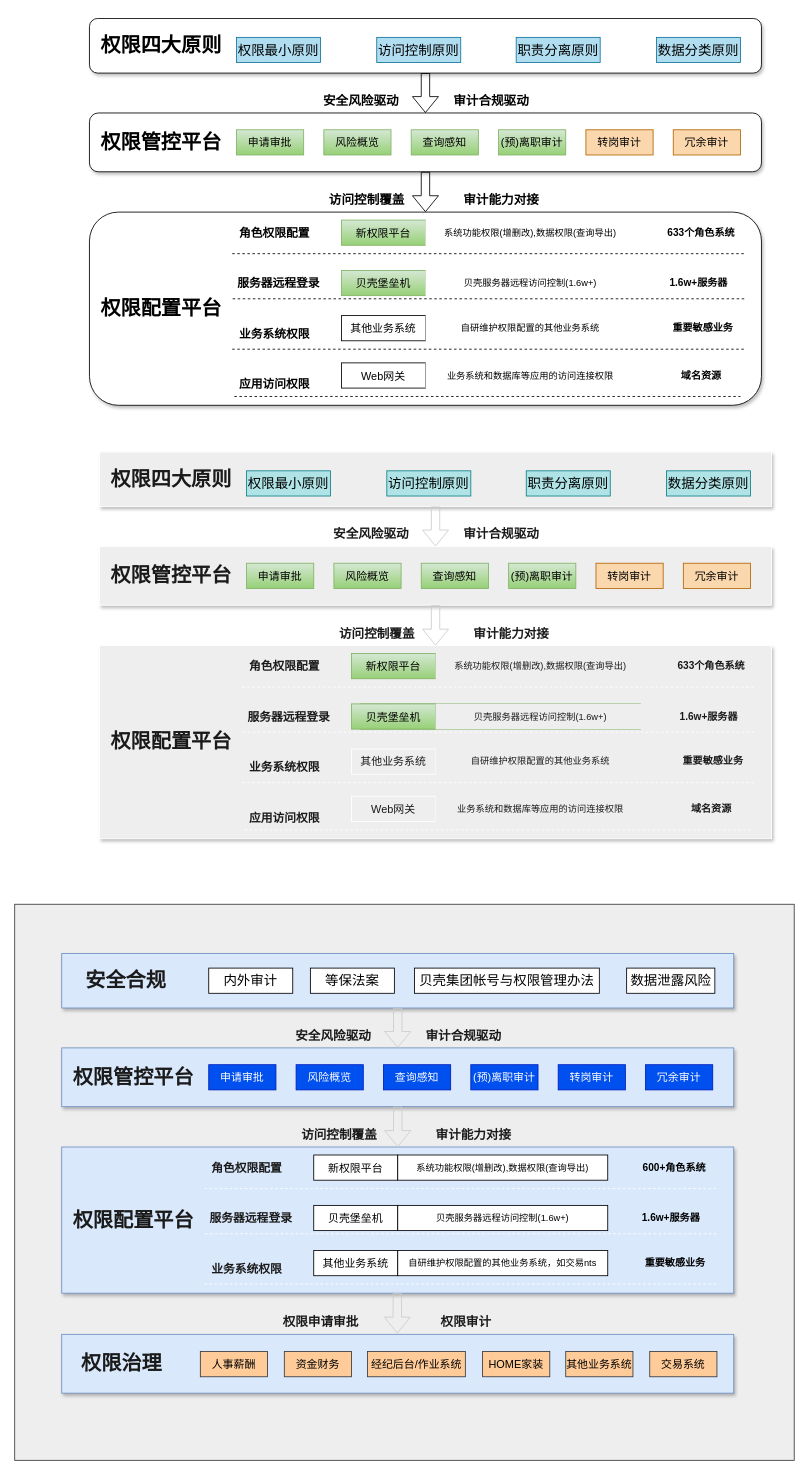
Above: page "管控平台" (5 of 10) of 权限审计.drawio in zpxiao-ios/hello-world (draw.io), before the change. Source tidied: cells renumbered, new cells numbered last; positions are measured from the earlier drawing's top-left corner, leaving out a move shared by most shapes. Both pictures are drawn from the tidied source at 84%, with x=0, y=0 at pixel (14, 16).
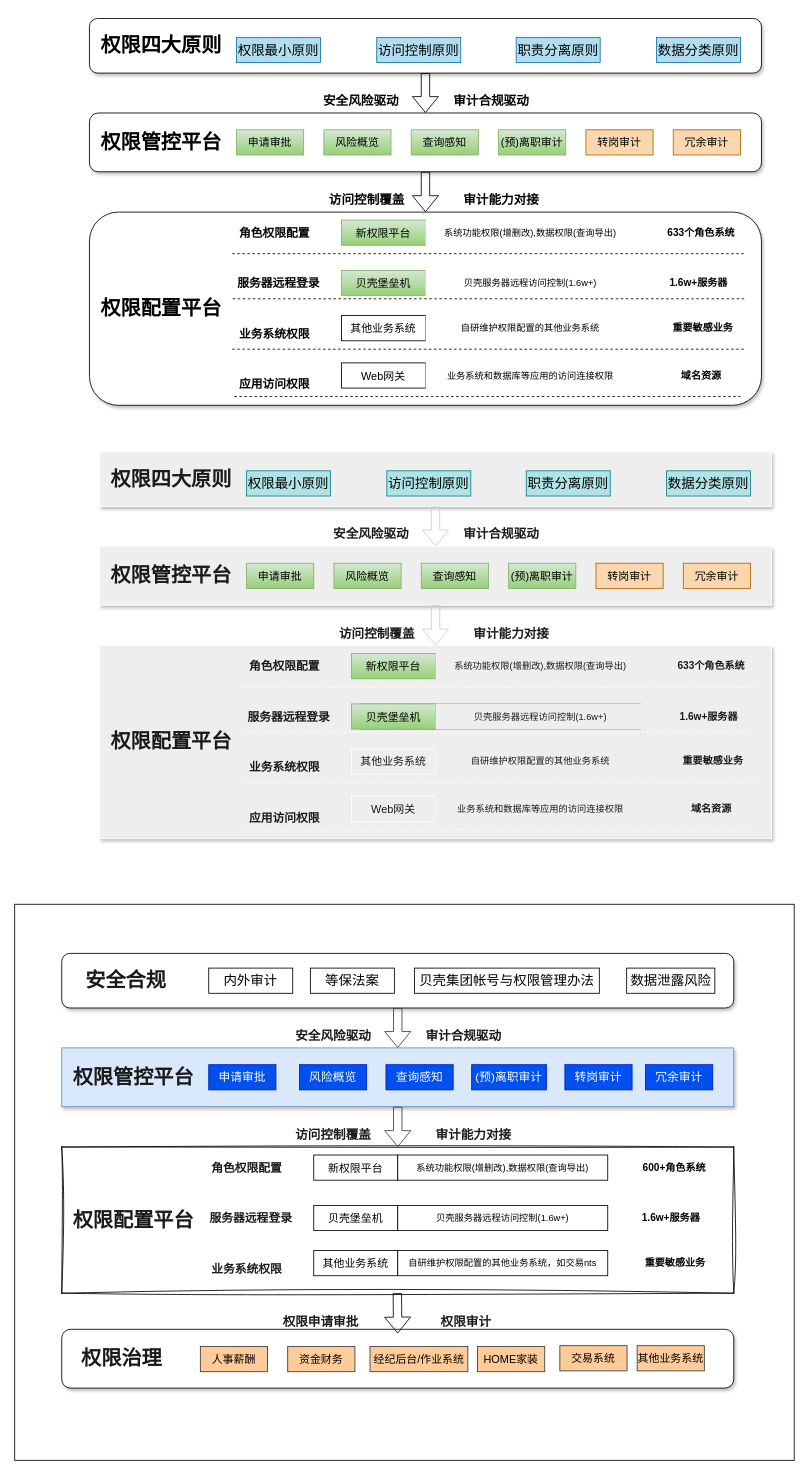
The same diagram, later.

Unchanged cells that the change refers to:
```xml
<mxCell id="95" style="rounded=0;whiteSpace=wrap;html=1;flipH=1;labelBackgroundColor=none;fontSize=11;shadow=1;fillColor=#dae8fc;strokeColor=#6c8ebf;" parent="1" vertex="1">
  <mxGeometry x="56" y="1228" width="800" height="70" as="geometry" />
</mxCell>
```

Change to the diagram source:
```diff
@@
-    <mxCell id="2" style="rounded=0;whiteSpace=wrap;html=1;fillColor=#eeeeee;strokeColor=#36393d;" parent="1" vertex="1">
+    <mxCell id="2" style="rounded=0;whiteSpace=wrap;html=1;" parent="1" vertex="1">
       <mxGeometry y="1057" width="928" height="662" as="geometry" />
     </mxCell>
@@
-    <mxCell id="93" style="rounded=0;whiteSpace=wrap;html=1;flipH=1;labelBackgroundColor=none;fontSize=11;shadow=1;fillColor=#dae8fc;strokeColor=#6c8ebf;" parent="1" vertex="1">
+    <mxCell id="93" style="rounded=1;whiteSpace=wrap;html=1;flipH=1;labelBackgroundColor=none;fontSize=11;shadow=1;glass=0;" parent="1" vertex="1">
       <mxGeometry x="56" y="1115.5" width="800" height="65" as="geometry" />
     </mxCell>
-    <mxCell id="94" style="rounded=0;whiteSpace=wrap;html=1;flipH=1;labelBackgroundColor=none;fontSize=11;shadow=1;fillColor=#dae8fc;strokeColor=#6c8ebf;" parent="1" vertex="1">
+    <mxCell id="94" style="rounded=0;whiteSpace=wrap;html=1;flipH=1;labelBackgroundColor=none;fontSize=11;shadow=0;sketch=1;curveFitting=1;jiggle=2;glass=0;" parent="1" vertex="1">
       <mxGeometry x="56" y="1346" width="800" height="174" as="geometry" />
     </mxCell>
@@
-    <mxCell id="103" value="冗余审计" style="rounded=0;whiteSpace=wrap;html=1;flipH=1;labelBackgroundColor=none;fontSize=13;fillColor=#0050ef;strokeColor=#001DBC;fontColor=#ffffff;" parent="1" vertex="1">
+    <mxCell id="103" value="冗余审计" style="rounded=0;whiteSpace=wrap;html=1;flipH=1;labelBackgroundColor=none;fontSize=14;fillColor=#0050ef;strokeColor=#001DBC;fontColor=#ffffff;" parent="1" vertex="1">
       <mxGeometry x="751" y="1248" width="80" height="30" as="geometry" />
     </mxCell>
-    <mxCell id="104" value="风险概览" style="rounded=0;whiteSpace=wrap;html=1;flipH=1;labelBackgroundColor=none;fontSize=13;fillColor=#0050ef;strokeColor=#001DBC;fontColor=#ffffff;" parent="1" vertex="1">
-      <mxGeometry x="335" y="1248" width="80" height="30" as="geometry" />
+    <mxCell id="104" value="风险概览" style="rounded=0;whiteSpace=wrap;html=1;flipH=1;labelBackgroundColor=none;fontSize=14;fillColor=#0050ef;strokeColor=#001DBC;fontColor=#ffffff;" parent="1" vertex="1">
+      <mxGeometry x="339" y="1248" width="80" height="30" as="geometry" />
     </mxCell>
-    <mxCell id="105" value="申请审批" style="rounded=0;whiteSpace=wrap;html=1;flipH=1;labelBackgroundColor=none;fontSize=13;fillColor=#0050ef;strokeColor=#001DBC;fontColor=#ffffff;" parent="1" vertex="1">
+    <mxCell id="105" value="申请审批" style="rounded=0;whiteSpace=wrap;html=1;flipH=1;labelBackgroundColor=none;fontSize=14;fillColor=#0050ef;strokeColor=#001DBC;fontColor=#ffffff;" parent="1" vertex="1">
       <mxGeometry x="231" y="1248" width="80" height="30" as="geometry" />
     </mxCell>
-    <mxCell id="106" value="查询感知" style="rounded=0;whiteSpace=wrap;html=1;flipH=1;labelBackgroundColor=none;fontSize=13;fillColor=#0050ef;strokeColor=#001DBC;fontColor=#ffffff;" parent="1" vertex="1">
-      <mxGeometry x="439" y="1248" width="80" height="30" as="geometry" />
+    <mxCell id="106" value="查询感知" style="rounded=0;whiteSpace=wrap;html=1;flipH=1;labelBackgroundColor=none;fontSize=14;fillColor=#0050ef;strokeColor=#001DBC;fontColor=#ffffff;" parent="1" vertex="1">
+      <mxGeometry x="442" y="1248" width="80" height="30" as="geometry" />
     </mxCell>
-    <mxCell id="107" value="转岗审计" style="rounded=0;whiteSpace=wrap;html=1;flipH=1;labelBackgroundColor=none;fontSize=13;fillColor=#0050ef;strokeColor=#001DBC;fontColor=#ffffff;" parent="1" vertex="1">
-      <mxGeometry x="647" y="1248" width="80" height="30" as="geometry" />
+    <mxCell id="107" value="转岗审计" style="rounded=0;whiteSpace=wrap;html=1;flipH=1;labelBackgroundColor=none;fontSize=14;fillColor=#0050ef;strokeColor=#001DBC;fontColor=#ffffff;" parent="1" vertex="1">
+      <mxGeometry x="655" y="1248" width="80" height="30" as="geometry" />
     </mxCell>
-    <mxCell id="108" value="(预)离职审计" style="rounded=0;whiteSpace=wrap;html=1;flipH=1;labelBackgroundColor=none;fontSize=13;fillColor=#0050ef;strokeColor=#001DBC;fontColor=#ffffff;" parent="1" vertex="1">
-      <mxGeometry x="543" y="1248" width="80" height="30" as="geometry" />
+    <mxCell id="108" value="(预)离职审计" style="rounded=0;whiteSpace=wrap;html=1;flipH=1;labelBackgroundColor=none;fontSize=14;fillColor=#0050ef;strokeColor=#001DBC;fontColor=#ffffff;" parent="1" vertex="1">
+      <mxGeometry x="544" y="1248" width="89" height="30" as="geometry" />
     </mxCell>
@@
-    <mxCell id="127" style="shape=flexArrow;endArrow=classic;html=1;rounded=0;labelBackgroundColor=none;strokeColor=#CCCCCC;fontColor=default;" parent="1" edge="1" source="93" target="95">
+    <mxCell id="127" style="shape=flexArrow;endArrow=classic;html=1;rounded=0;labelBackgroundColor=none;strokeColor=light-dark(#3E3E3E,#3E3E3E);fontColor=default;fontStyle=1;" parent="1" edge="1" source="93" target="95">
       <mxGeometry relative="1" as="geometry" />
     </mxCell>
@@
-    <mxCell id="130" style="shape=flexArrow;endArrow=classic;html=1;rounded=0;entryX=0.5;entryY=0;entryDx=0;entryDy=0;exitX=0.5;exitY=1;exitDx=0;exitDy=0;labelBackgroundColor=none;strokeColor=#CCCCCC;fontColor=default;" parent="1" edge="1" source="95" target="94">
+    <mxCell id="130" style="shape=flexArrow;endArrow=classic;html=1;rounded=0;entryX=0.5;entryY=0;entryDx=0;entryDy=0;exitX=0.5;exitY=1;exitDx=0;exitDy=0;labelBackgroundColor=none;strokeColor=light-dark(#3E3E3E,#3E3E3E);fontColor=default;fontStyle=1;" parent="1" edge="1" source="95" target="94">
       <mxGeometry relative="1" as="geometry" />
     </mxCell>
     <mxCell id="131" value="访问控制覆盖" style="text;html=1;align=center;verticalAlign=middle;strokeColor=none;fillColor=none;fontSize=15;fontStyle=1;labelBackgroundColor=none;fontColor=#1A1A1A;rounded=0;" parent="1" vertex="1">
-      <mxGeometry x="331" y="1316" width="110" height="30" as="geometry" />
+      <mxGeometry x="323.5" y="1316" width="110" height="30" as="geometry" />
     </mxCell>
@@
-    <mxCell id="133" style="rounded=0;whiteSpace=wrap;html=1;flipH=1;labelBackgroundColor=none;fontSize=11;shadow=1;fillColor=#dae8fc;strokeColor=#6c8ebf;" parent="1" vertex="1">
-      <mxGeometry x="56" y="1569" width="800" height="70" as="geometry" />
+    <mxCell id="133" style="rounded=1;whiteSpace=wrap;html=1;flipH=1;labelBackgroundColor=none;fontSize=11;shadow=1;" parent="1" vertex="1">
+      <mxGeometry x="56" y="1563" width="800" height="70" as="geometry" />
     </mxCell>
     <mxCell id="134" value="&lt;h2&gt;&lt;font style=&quot;font-size: 24px;&quot;&gt;权限治理&lt;/font&gt;&lt;/h2&gt;" style="text;align=center;verticalAlign=middle;strokeColor=none;fillColor=none;labelBackgroundColor=none;fontFamily=Helvetica;textShadow=0;labelBorderColor=none;fontColor=#1A1A1A;html=1;rounded=0;" parent="1" vertex="1">
-      <mxGeometry x="70" y="1568" width="114" height="71" as="geometry" />
+      <mxGeometry x="70" y="1562" width="114" height="71" as="geometry" />
     </mxCell>
     <mxCell id="135" value="交易系统" style="rounded=0;whiteSpace=wrap;html=1;flipH=1;labelBackgroundColor=none;fontSize=13;fillColor=#ffcc99;strokeColor=#36393d;" parent="1" vertex="1">
-      <mxGeometry x="756" y="1589.5" width="80" height="30" as="geometry" />
+      <mxGeometry x="649" y="1582.5" width="80" height="30" as="geometry" />
     </mxCell>
     <mxCell id="136" value="资金财务" style="rounded=0;whiteSpace=wrap;html=1;flipH=1;labelBackgroundColor=none;fontSize=13;fillColor=#ffcc99;strokeColor=#36393d;" parent="1" vertex="1">
-      <mxGeometry x="321" y="1589.5" width="80" height="30" as="geometry" />
+      <mxGeometry x="325" y="1583.5" width="80" height="30" as="geometry" />
     </mxCell>
     <mxCell id="137" value="人事薪酬" style="rounded=0;whiteSpace=wrap;html=1;flipH=1;labelBackgroundColor=none;fontSize=13;fillColor=#ffcc99;strokeColor=#36393d;" parent="1" vertex="1">
-      <mxGeometry x="221" y="1589.5" width="80" height="30" as="geometry" />
+      <mxGeometry x="221" y="1583.5" width="80" height="30" as="geometry" />
     </mxCell>
     <mxCell id="138" value="经纪后台/作业系统" style="rounded=0;whiteSpace=wrap;html=1;flipH=1;labelBackgroundColor=none;fontSize=13;fillColor=#ffcc99;strokeColor=#36393d;" parent="1" vertex="1">
-      <mxGeometry x="420" y="1589.5" width="116.5" height="30" as="geometry" />
+      <mxGeometry x="423" y="1583.5" width="116.5" height="30" as="geometry" />
     </mxCell>
     <mxCell id="139" value="其他业务系统" style="rounded=0;whiteSpace=wrap;html=1;flipH=1;labelBackgroundColor=none;fontSize=13;fillColor=#ffcc99;strokeColor=#36393d;" parent="1" vertex="1">
-      <mxGeometry x="656" y="1589.5" width="80" height="30" as="geometry" />
+      <mxGeometry x="741" y="1582.5" width="80" height="30" as="geometry" />
     </mxCell>
     <mxCell id="140" value="HOME家装" style="rounded=0;whiteSpace=wrap;html=1;flipH=1;labelBackgroundColor=none;fontSize=13;fillColor=#ffcc99;strokeColor=#36393d;" parent="1" vertex="1">
-      <mxGeometry x="557" y="1589.5" width="80" height="30" as="geometry" />
+      <mxGeometry x="551" y="1583.5" width="80" height="30" as="geometry" />
     </mxCell>
-    <mxCell id="141" style="shape=flexArrow;endArrow=classic;html=1;rounded=0;entryX=0.5;entryY=0;entryDx=0;entryDy=0;exitX=0.5;exitY=1;exitDx=0;exitDy=0;labelBackgroundColor=none;strokeColor=#CCCCCC;fontColor=default;" parent="1" edge="1">
+    <mxCell id="141" style="shape=flexArrow;endArrow=classic;html=1;rounded=0;exitX=0.5;exitY=1;exitDx=0;exitDy=0;labelBackgroundColor=none;fontColor=default;fontStyle=1;strokeColor=default;" parent="1" edge="1">
       <mxGeometry relative="1" as="geometry">
         <mxPoint x="455.5" y="1520" as="sourcePoint" />
-        <mxPoint x="455.5" y="1568" as="targetPoint" />
+        <mxPoint x="456" y="1568" as="targetPoint" />
       </mxGeometry>
     </mxCell>
```
